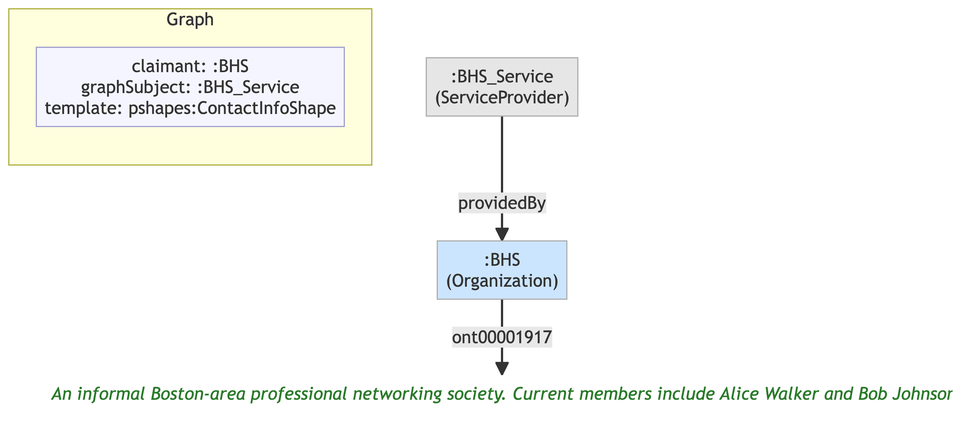
The Mermaid diagram example/graphs/images/graph-01.png in MeeFoundation/mia-ontologies, before a commit. Its source is kept beside it as example/graphs/images/graph-01.mmd.
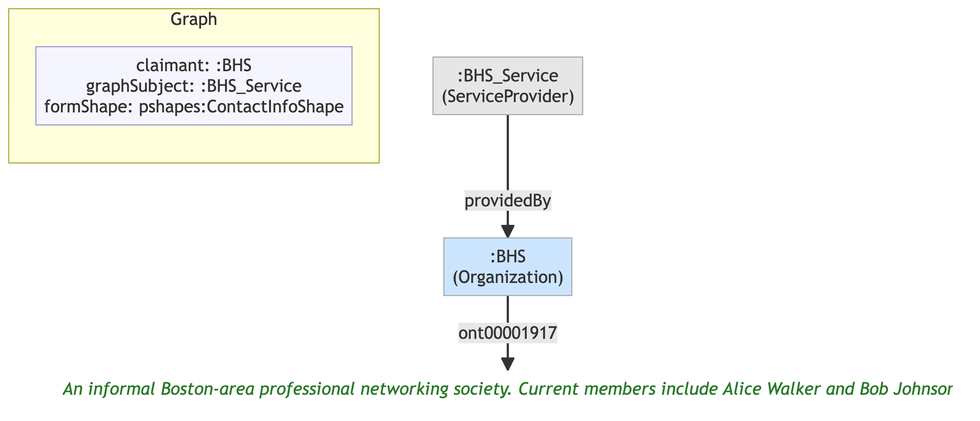
The same file after the commit.

Diff of the diagram source:
```diff
@@ -7,12 +7,12 @@
 
     subgraph ctx["Graph"]
         direction LR
-        ctx_meta["claimant: :BHS\ngraphSubject: :BHS_Service\ntemplate: pshapes:ContactInfoShape"]:::meta
+        ctx_meta["claimant: :BHS\ngraphSubject: :BHS_Service\nformShape: pshapes:ContactInfoShape"]:::meta
     end
 
-    n0644db9ef116[":BHS\n(Organization)"]:::org
-    n0e2bb7c52468("An informal Boston-area professional networking society. Current members include Alice Walker and Bob Johnson."):::lit
-    n4cd32c179607[":BHS_Service\n(ServiceProvider)"]:::service
+    n8eb8cf796f42[":BHS\n(Organization)"]:::org
+    n2dd23916fd46("An informal Boston-area professional networking society. Current members include Alice Walker and Bob Johnson."):::lit
+    n4b40da4ec70f[":BHS_Service\n(ServiceProvider)"]:::service
 
-    n0644db9ef116 -->|"ont00001917"| n0e2bb7c52468
-    n4cd32c179607 -->|"providedBy"| n0644db9ef116
+    n8eb8cf796f42 -->|"ont00001917"| n2dd23916fd46
+    n4b40da4ec70f -->|"providedBy"| n8eb8cf796f42
```
